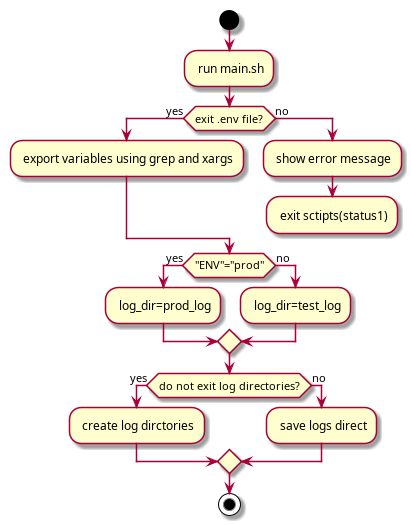
Jumacde/shellscript_whileloop keeps this PlantUML diagram as docs/main-script-flow_activity.png. Above is the earlier version. Its source is kept beside it as docs/main-script-flow_activity.puml.
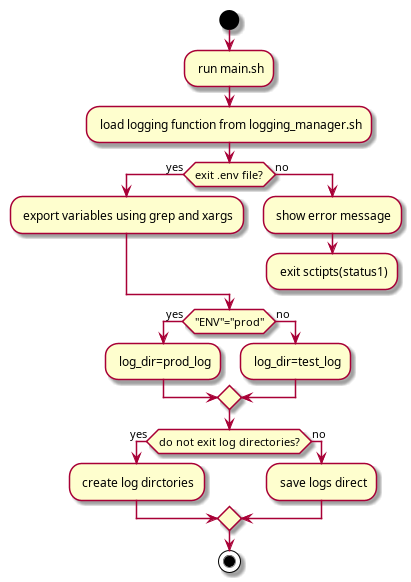
After the commit.

The edit, as a diff of the source:
```diff
@@ -1,6 +1,7 @@
 @startuml
 start
 : run main.sh;
+: load logging function from logging_manager.sh;
 
 if (exit .env file?) then (yes)
 	: export variables using grep and xargs;
```
